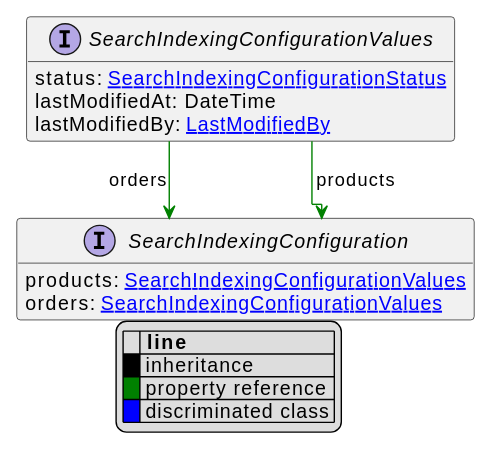
Earlier version of the PlantUML export uml/api/svg/SearchIndexingConfigurationValues.svg (commercetools/commercetools-api-reference). Its diagram source:
```plantuml
@startuml
!pragma layout elk
hide empty fields
hide empty methods
legend
|= |= line |
|<back:black>   </back>| inheritance |
|<back:green>   </back>| property reference |
|<back:blue>   </back>| discriminated class |
endlegend
interface SearchIndexingConfigurationValues [[SearchIndexingConfigurationValues.svg]]  {
    status: [[SearchIndexingConfigurationStatus.svg SearchIndexingConfigurationStatus]]
    lastModifiedAt: DateTime
    lastModifiedBy: [[LastModifiedBy.svg LastModifiedBy]]
}



interface SearchIndexingConfiguration [[SearchIndexingConfiguration.svg]]  {
    products: [[SearchIndexingConfigurationValues.svg SearchIndexingConfigurationValues]]
    orders: [[SearchIndexingConfigurationValues.svg SearchIndexingConfigurationValues]]
}

SearchIndexingConfigurationValues --> SearchIndexingConfiguration #green;text:green : "products"
SearchIndexingConfigurationValues --> SearchIndexingConfiguration #green;text:green : "orders"
@enduml
```
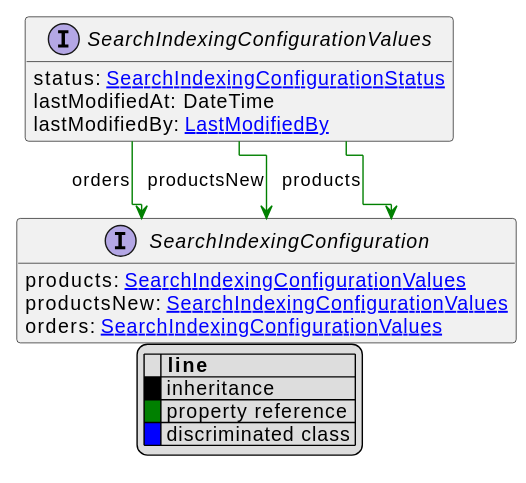
Later version of the same file.

What changed in the source:
```diff
@@ -18,9 +18,11 @@
 
 interface SearchIndexingConfiguration [[SearchIndexingConfiguration.svg]]  {
     products: [[SearchIndexingConfigurationValues.svg SearchIndexingConfigurationValues]]
+    productsNew: [[SearchIndexingConfigurationValues.svg SearchIndexingConfigurationValues]]
     orders: [[SearchIndexingConfigurationValues.svg SearchIndexingConfigurationValues]]
 }
 
 SearchIndexingConfigurationValues --> SearchIndexingConfiguration #green;text:green : "products"
+SearchIndexingConfigurationValues --> SearchIndexingConfiguration #green;text:green : "productsNew"
 SearchIndexingConfigurationValues --> SearchIndexingConfiguration #green;text:green : "orders"
 @enduml
```
